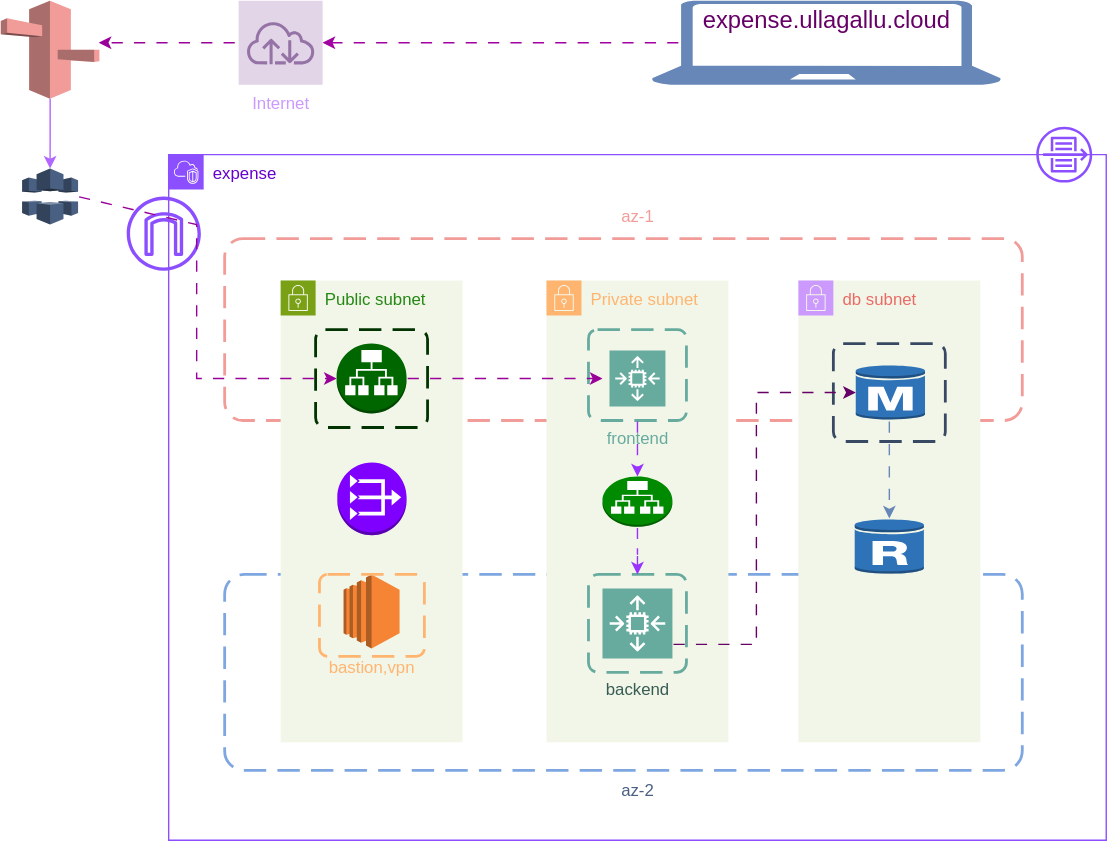
Earlier version of the draw.io export Flow-Diagram.drawio.svg (ullagallu123/expense-infra). Source tidied: cells renumbered, new cells last; positions are measured from the earlier drawing's top-left corner, leaving out a move shared by most shapes.
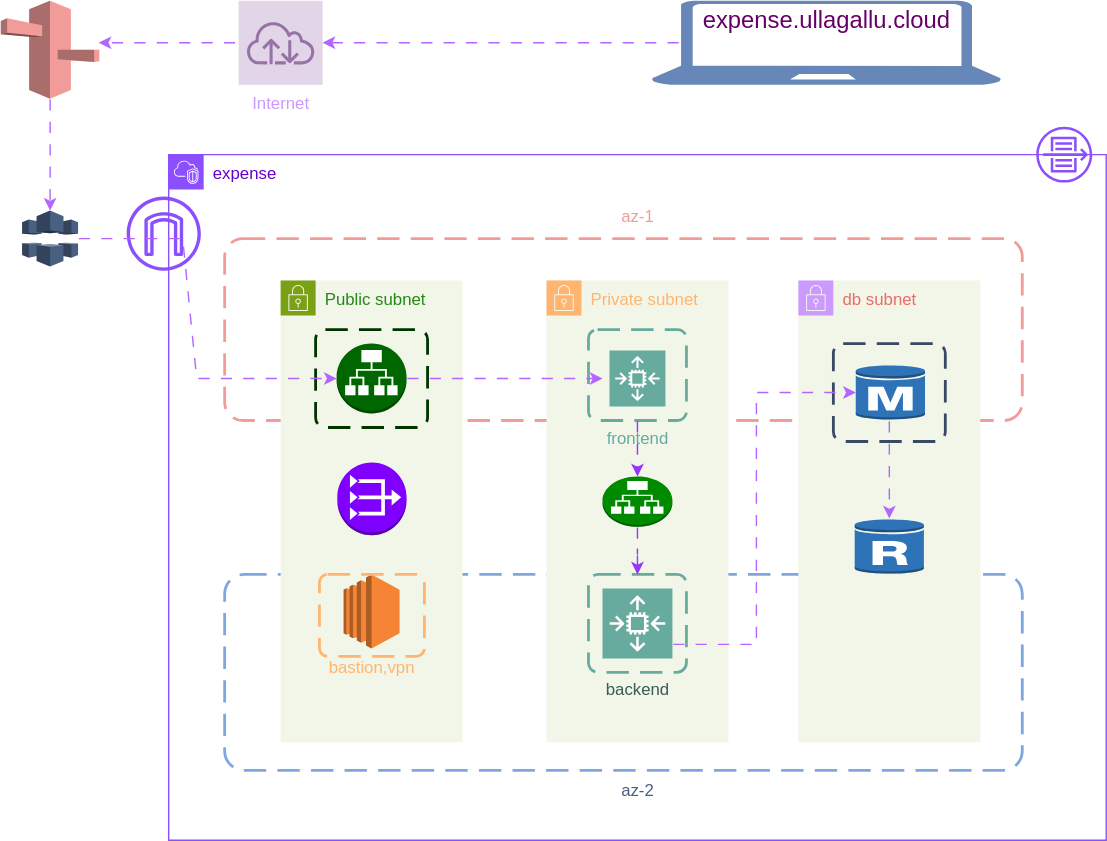
The same diagram one commit later.

What changed in the source:
```diff
@@ -62,7 +62,7 @@
     <mxCell id="21" style="rounded=1;arcSize=10;dashed=1;strokeColor=#384A63;fillColor=none;gradientColor=none;dashPattern=8 4;strokeWidth=2;" parent="18" vertex="1">
       <mxGeometry x="25" y="45" width="80" height="70" as="geometry" />
     </mxCell>
-    <mxCell id="22" style="endArrow=classic;html=1;rounded=0;entryX=0;entryY=0.5;entryDx=0;entryDy=0;entryPerimeter=0;flowAnimation=1;strokeColor=#660066;" parent="2" edge="1" target="19">
+    <mxCell id="22" style="endArrow=classic;html=1;rounded=0;entryX=0;entryY=0.5;entryDx=0;entryDy=0;entryPerimeter=0;flowAnimation=1;strokeColor=#B266FF;" parent="2" edge="1" target="19">
       <mxGeometry relative="1" as="geometry">
         <mxPoint x="360" y="350" as="sourcePoint" />
         <Array as="points">
@@ -71,7 +71,7 @@
         </Array>
       </mxGeometry>
     </mxCell>
-    <mxCell id="23" style="endArrow=classic;html=1;rounded=0;entryX=0.5;entryY=0.02;entryDx=0;entryDy=0;entryPerimeter=0;strokeColor=#6787B8;flowAnimation=1;" parent="2" edge="1" target="20">
+    <mxCell id="23" style="endArrow=classic;html=1;rounded=0;entryX=0.5;entryY=0.02;entryDx=0;entryDy=0;entryPerimeter=0;strokeColor=#B266FF;flowAnimation=1;" parent="2" edge="1" target="20">
       <mxGeometry relative="1" as="geometry">
         <mxPoint x="515" y="190" as="sourcePoint" />
         <Array as="points">
@@ -79,7 +79,7 @@
         </Array>
       </mxGeometry>
     </mxCell>
-    <mxCell id="24" style="endArrow=classic;html=1;rounded=0;exitX=1;exitY=0.5;exitDx=0;exitDy=0;exitPerimeter=0;strokeColor=#990099;flowAnimation=1;" parent="2" edge="1">
+    <mxCell id="24" style="endArrow=classic;html=1;rounded=0;exitX=1;exitY=0.5;exitDx=0;exitDy=0;exitPerimeter=0;strokeColor=#B266FF;flowAnimation=1;" parent="2" edge="1">
       <mxGeometry relative="1" as="geometry">
         <mxPoint x="170" y="160" as="sourcePoint" />
         <mxPoint x="310" y="160" as="targetPoint" />
@@ -110,12 +110,12 @@
       <mxGeometry relative="1" as="geometry" />
     </mxCell>
     <mxCell id="32" style="outlineConnect=0;dashed=0;verticalLabelPosition=bottom;verticalAlign=top;align=center;html=1;shape=mxgraph.aws3.cloudfront;fillColor=#496082;gradientColor=none;" parent="1" vertex="1">
-      <mxGeometry x="15.2" y="120" width="40" height="40" as="geometry" />
+      <mxGeometry x="15.2" y="150" width="40" height="40" as="geometry" />
     </mxCell>
-    <mxCell id="33" style="endArrow=classic;html=1;rounded=0;entryX=0;entryY=0.5;entryDx=0;entryDy=0;entryPerimeter=0;exitX=1;exitY=0.5;exitDx=0;exitDy=0;exitPerimeter=0;strokeColor=#990099;flowAnimation=1;" parent="1" edge="1" source="32" target="6">
+    <mxCell id="33" style="endArrow=classic;html=1;rounded=0;entryX=0;entryY=0.5;entryDx=0;entryDy=0;entryPerimeter=0;exitX=1;exitY=0.5;exitDx=0;exitDy=0;exitPerimeter=0;strokeColor=#B266FF;flowAnimation=1;" parent="1" edge="1" source="32" target="6">
       <mxGeometry relative="1" as="geometry">
         <Array as="points">
-          <mxPoint x="140" y="160" />
+          <mxPoint x="130" y="170" />
           <mxPoint x="140" y="270" />
         </Array>
       </mxGeometry>
@@ -129,13 +129,13 @@
     <mxCell id="36" style="verticalLabelPosition=bottom;html=1;verticalAlign=top;align=center;strokeColor=none;fillColor=#6787B8;shape=mxgraph.azure.laptop;" parent="1" vertex="1">
       <mxGeometry x="465" width="250" height="60" as="geometry" />
     </mxCell>
-    <mxCell id="37" style="endArrow=classic;html=1;rounded=0;exitX=0.08;exitY=0.5;exitDx=0;exitDy=0;exitPerimeter=0;flowAnimation=1;fillColor=#e1d5e7;strokeColor=#990099;" parent="1" edge="1">
+    <mxCell id="37" style="endArrow=classic;html=1;rounded=0;exitX=0.08;exitY=0.5;exitDx=0;exitDy=0;exitPerimeter=0;flowAnimation=1;fillColor=#e1d5e7;strokeColor=#B266FF;" parent="1" edge="1">
       <mxGeometry relative="1" as="geometry">
         <mxPoint x="184" y="30" as="sourcePoint" />
         <mxPoint x="70" y="30" as="targetPoint" />
       </mxGeometry>
     </mxCell>
-    <mxCell id="38" style="endArrow=classic;html=1;rounded=0;exitX=0.08;exitY=0.5;exitDx=0;exitDy=0;exitPerimeter=0;flowAnimation=1;fillColor=#f8cecc;strokeColor=#A100A1;" parent="1" edge="1" source="36">
+    <mxCell id="38" style="endArrow=classic;html=1;rounded=0;exitX=0.08;exitY=0.5;exitDx=0;exitDy=0;exitPerimeter=0;flowAnimation=1;fillColor=#f8cecc;strokeColor=#B266FF;" parent="1" edge="1" source="36">
       <mxGeometry relative="1" as="geometry">
         <mxPoint x="230" y="30" as="targetPoint" />
       </mxGeometry>
@@ -143,7 +143,7 @@
     <mxCell id="39" value="&lt;font color=&quot;#cc99ff&quot;&gt;Internet&lt;/font&gt;" style="sketch=0;strokeColor=#9673a6;fillColor=#e1d5e7;dashed=0;verticalLabelPosition=bottom;verticalAlign=top;align=center;html=1;fontSize=12;fontStyle=0;shape=mxgraph.aws4.resourceIcon;resIcon=mxgraph.aws4.internet;" parent="1" vertex="1">
       <mxGeometry x="170" width="60" height="60" as="geometry" />
     </mxCell>
-    <mxCell id="40" style="edgeStyle=orthogonalEdgeStyle;rounded=0;jettySize=auto;html=1;entryX=0.5;entryY=0;entryDx=0;entryDy=0;entryPerimeter=0;strokeColor=#B266FF;" parent="1" edge="1" source="34" target="32">
+    <mxCell id="40" style="edgeStyle=orthogonalEdgeStyle;rounded=0;jettySize=auto;html=1;entryX=0.5;entryY=0;entryDx=0;entryDy=0;entryPerimeter=0;strokeColor=#B266FF;flowAnimation=1;" parent="1" edge="1" source="34" target="32">
       <mxGeometry relative="1" as="geometry" />
     </mxCell>
   </root>
```
